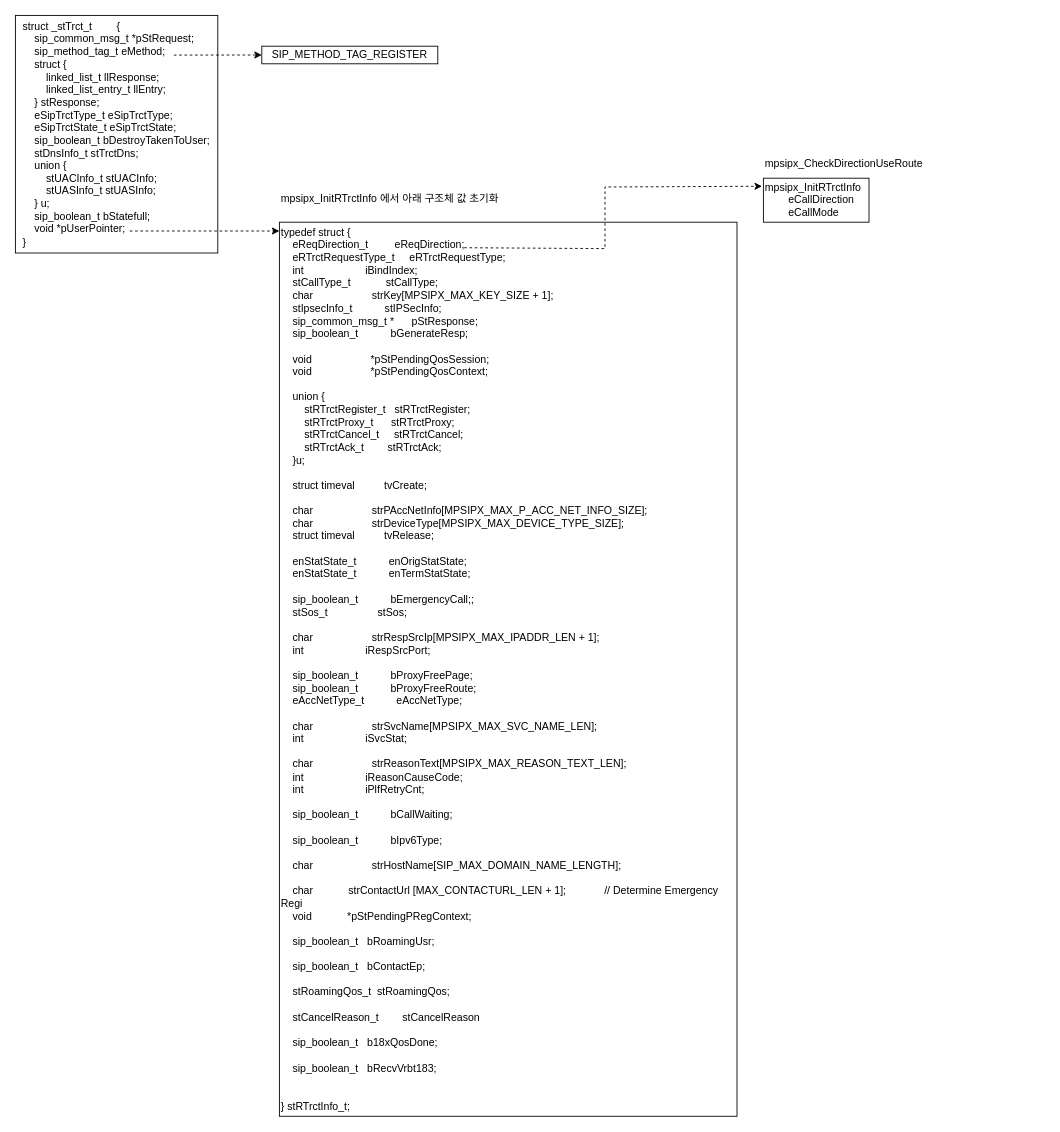
JaeHyeon774/NEWTIL keeps this draw.io diagram as 구조체 정리.drawio. Above is the earlier version. Source tidied: cells renumbered, new cells numbered last; positions are measured from the earlier drawing's top-left corner, leaving out a move shared by most shapes. Both pictures are drawn from the tidied source at 88%, with x=0, y=0 at pixel (15, 15).
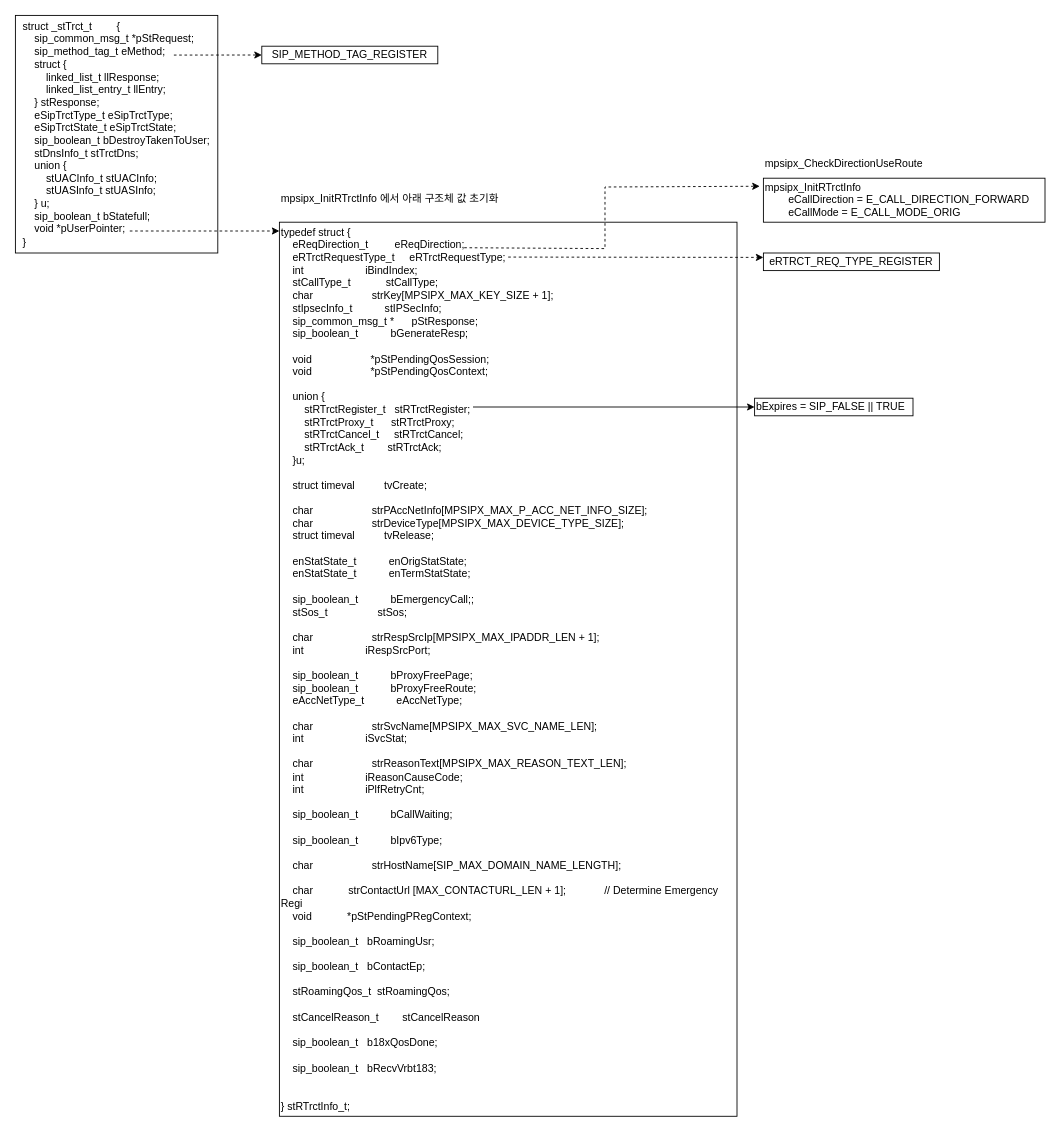
Above is the later version.

Commit message (it also covers changes not shown here):
구조체 정리.drawio 업데이트

Diff of the diagram source:
```diff
@@
 <mxGraphModel>
   <root>
     <mxCell id="0" />
     <mxCell id="1" parent="0" />
     <mxCell id="2" value="&lt;div style=&quot;text-align: left;&quot;&gt;struct _stTrct_t&lt;span style=&quot;white-space: pre;&quot;&gt;&#9;&lt;/span&gt;{&lt;/div&gt;&lt;div style=&quot;text-align: left;&quot;&gt;&amp;nbsp; &amp;nbsp; sip_common_msg_t *pStRequest;&lt;/div&gt;&lt;div style=&quot;text-align: left;&quot;&gt;&amp;nbsp; &amp;nbsp; sip_method_tag_t eMethod;&lt;/div&gt;&lt;div style=&quot;text-align: left;&quot;&gt;&amp;nbsp; &amp;nbsp; struct {&lt;/div&gt;&lt;div style=&quot;text-align: left;&quot;&gt;&amp;nbsp; &amp;nbsp; &amp;nbsp; &amp;nbsp;&lt;span style=&quot;white-space: pre;&quot;&gt;&#9;&lt;/span&gt;linked_list_t llResponse;&lt;/div&gt;&lt;div style=&quot;text-align: left;&quot;&gt;&amp;nbsp; &amp;nbsp; &amp;nbsp; &amp;nbsp;&lt;span style=&quot;white-space: pre;&quot;&gt;&#9;&lt;/span&gt;linked_list_entry_t llEntry;&lt;/div&gt;&lt;div style=&quot;text-align: left;&quot;&gt;&amp;nbsp; &amp;nbsp; } stResponse;&lt;/div&gt;&lt;div style=&quot;text-align: left;&quot;&gt;&amp;nbsp; &amp;nbsp; eSipTrctType_t eSipTrctType;&lt;/div&gt;&lt;div style=&quot;text-align: left;&quot;&gt;&amp;nbsp; &amp;nbsp; eSipTrctState_t eSipTrctState;&lt;/div&gt;&lt;div style=&quot;text-align: left;&quot;&gt;&amp;nbsp; &amp;nbsp; sip_boolean_t bDestroyTakenToUser;&lt;/div&gt;&lt;div style=&quot;text-align: left;&quot;&gt;&amp;nbsp; &amp;nbsp; stDnsInfo_t stTrctDns;&lt;/div&gt;&lt;div style=&quot;text-align: left;&quot;&gt;&amp;nbsp; &amp;nbsp; union {&lt;/div&gt;&lt;div style=&quot;text-align: left;&quot;&gt;&amp;nbsp; &amp;nbsp; &amp;nbsp; &amp;nbsp;&lt;span style=&quot;white-space: pre;&quot;&gt;&#9;&lt;/span&gt;stUACInfo_t stUACInfo;&lt;/div&gt;&lt;div style=&quot;text-align: left;&quot;&gt;&amp;nbsp; &amp;nbsp; &amp;nbsp; &amp;nbsp;&lt;span style=&quot;white-space: pre;&quot;&gt;&#9;&lt;/span&gt;stUASInfo_t stUASInfo;&lt;/div&gt;&lt;div style=&quot;text-align: left;&quot;&gt;&amp;nbsp; &amp;nbsp; } u;&lt;/div&gt;&lt;div style=&quot;text-align: left;&quot;&gt;&amp;nbsp; &amp;nbsp; sip_boolean_t bStatefull;&lt;/div&gt;&lt;div style=&quot;text-align: left;&quot;&gt;&amp;nbsp; &amp;nbsp; void *pUserPointer;&lt;/div&gt;&lt;div style=&quot;text-align: left;&quot;&gt;}&lt;/div&gt;" style="rounded=0;whiteSpace=wrap;html=1;" parent="1" vertex="1">
       <mxGeometry width="230" height="270" as="geometry" />
     </mxCell>
     <mxCell id="3" value="&lt;span style=&quot;&quot;&gt;typedef struct {&lt;/span&gt;&lt;br style=&quot;padding: 0px; margin: 0px;&quot;&gt;&lt;span style=&quot;&quot;&gt;&amp;nbsp; &amp;nbsp; eReqDirection_t&amp;nbsp; &amp;nbsp; &amp;nbsp; &amp;nbsp; &amp;nbsp;eReqDirection;&lt;/span&gt;&lt;br style=&quot;padding: 0px; margin: 0px;&quot;&gt;&lt;span style=&quot;&quot;&gt;&amp;nbsp; &amp;nbsp; eRTrctRequestType_t&amp;nbsp; &amp;nbsp; &amp;nbsp;eRTrctRequestType;&lt;/span&gt;&lt;br style=&quot;padding: 0px; margin: 0px;&quot;&gt;&lt;span style=&quot;&quot;&gt;&amp;nbsp; &amp;nbsp; int&amp;nbsp; &amp;nbsp; &amp;nbsp; &amp;nbsp; &amp;nbsp; &amp;nbsp; &amp;nbsp; &amp;nbsp; &amp;nbsp; &amp;nbsp; &amp;nbsp;iBindIndex;&lt;/span&gt;&lt;br style=&quot;padding: 0px; margin: 0px;&quot;&gt;&lt;span style=&quot;&quot;&gt;&amp;nbsp; &amp;nbsp; stCallType_t&amp;nbsp; &amp;nbsp; &amp;nbsp; &amp;nbsp; &amp;nbsp; &amp;nbsp; stCallType;&lt;/span&gt;&lt;br style=&quot;padding: 0px; margin: 0px;&quot;&gt;&lt;span style=&quot;&quot;&gt;&amp;nbsp; &amp;nbsp; char&amp;nbsp; &amp;nbsp; &amp;nbsp; &amp;nbsp; &amp;nbsp; &amp;nbsp; &amp;nbsp; &amp;nbsp; &amp;nbsp; &amp;nbsp; strKey[MPSIPX_MAX_KEY_SIZE + 1];&lt;/span&gt;&lt;br style=&quot;padding: 0px; margin: 0px;&quot;&gt;&lt;span style=&quot;&quot;&gt;&amp;nbsp; &amp;nbsp; stIpsecInfo_t&amp;nbsp; &amp;nbsp; &amp;nbsp; &amp;nbsp; &amp;nbsp; &amp;nbsp;stIPSecInfo;&lt;/span&gt;&lt;br style=&quot;padding: 0px; margin: 0px;&quot;&gt;&lt;span style=&quot;&quot;&gt;&amp;nbsp; &amp;nbsp; sip_common_msg_t *&amp;nbsp; &amp;nbsp; &amp;nbsp; pStResponse;&lt;/span&gt;&lt;br style=&quot;padding: 0px; margin: 0px;&quot;&gt;&lt;span style=&quot;&quot;&gt;&amp;nbsp; &amp;nbsp; sip_boolean_t&amp;nbsp; &amp;nbsp; &amp;nbsp; &amp;nbsp; &amp;nbsp; &amp;nbsp;bGenerateResp;&lt;/span&gt;&lt;br style=&quot;padding: 0px; margin: 0px;&quot;&gt;&lt;br style=&quot;padding: 0px; margin: 0px;&quot;&gt;&lt;span style=&quot;&quot;&gt;&amp;nbsp; &amp;nbsp; void&amp;nbsp; &amp;nbsp; &amp;nbsp; &amp;nbsp; &amp;nbsp; &amp;nbsp; &amp;nbsp; &amp;nbsp; &amp;nbsp; &amp;nbsp; *pStPendingQosSession;&lt;/span&gt;&lt;br style=&quot;padding: 0px; margin: 0px;&quot;&gt;&lt;span style=&quot;&quot;&gt;&amp;nbsp; &amp;nbsp; void&amp;nbsp; &amp;nbsp; &amp;nbsp; &amp;nbsp; &amp;nbsp; &amp;nbsp; &amp;nbsp; &amp;nbsp; &amp;nbsp; &amp;nbsp; *pStPendingQosContext;&lt;/span&gt;&lt;br style=&quot;padding: 0px; margin: 0px;&quot;&gt;&lt;br style=&quot;padding: 0px; margin: 0px;&quot;&gt;&lt;span style=&quot;&quot;&gt;&amp;nbsp; &amp;nbsp; union {&lt;/span&gt;&lt;br style=&quot;padding: 0px; margin: 0px;&quot;&gt;&lt;span style=&quot;&quot;&gt;&amp;nbsp; &amp;nbsp; &amp;nbsp; &amp;nbsp; stRTrctRegister_t&amp;nbsp; &amp;nbsp;stRTrctRegister;&lt;/span&gt;&lt;br style=&quot;padding: 0px; margin: 0px;&quot;&gt;&lt;span style=&quot;&quot;&gt;&amp;nbsp; &amp;nbsp; &amp;nbsp; &amp;nbsp; stRTrctProxy_t&amp;nbsp; &amp;nbsp; &amp;nbsp; stRTrctProxy;&lt;/span&gt;&lt;br style=&quot;padding: 0px; margin: 0px;&quot;&gt;&lt;span style=&quot;&quot;&gt;&amp;nbsp; &amp;nbsp; &amp;nbsp; &amp;nbsp; stRTrctCancel_t&amp;nbsp; &amp;nbsp; &amp;nbsp;stRTrctCancel;&lt;/span&gt;&lt;br style=&quot;padding: 0px; margin: 0px;&quot;&gt;&lt;span style=&quot;&quot;&gt;&amp;nbsp; &amp;nbsp; &amp;nbsp; &amp;nbsp; stRTrctAck_t&amp;nbsp; &amp;nbsp; &amp;nbsp; &amp;nbsp; stRTrctAck;&lt;/span&gt;&lt;br style=&quot;padding: 0px; margin: 0px;&quot;&gt;&lt;span style=&quot;&quot;&gt;&amp;nbsp; &amp;nbsp; }u;&lt;/span&gt;&lt;br style=&quot;padding: 0px; margin: 0px;&quot;&gt;&lt;br style=&quot;padding: 0px; margin: 0px;&quot;&gt;&lt;span style=&quot;&quot;&gt;&amp;nbsp; &amp;nbsp; struct timeval&amp;nbsp; &amp;nbsp; &amp;nbsp; &amp;nbsp; &amp;nbsp; tvCreate;&lt;/span&gt;&lt;br style=&quot;padding: 0px; margin: 0px;&quot;&gt;&lt;br style=&quot;padding: 0px; margin: 0px;&quot;&gt;&lt;span style=&quot;&quot;&gt;&amp;nbsp; &amp;nbsp; char&amp;nbsp; &amp;nbsp; &amp;nbsp; &amp;nbsp; &amp;nbsp; &amp;nbsp; &amp;nbsp; &amp;nbsp; &amp;nbsp; &amp;nbsp; strPAccNetInfo[MPSIPX_MAX_P_ACC_NET_INFO_SIZE];&lt;/span&gt;&lt;br style=&quot;padding: 0px; margin: 0px;&quot;&gt;&lt;span style=&quot;&quot;&gt;&amp;nbsp; &amp;nbsp; char&amp;nbsp; &amp;nbsp; &amp;nbsp; &amp;nbsp; &amp;nbsp; &amp;nbsp; &amp;nbsp; &amp;nbsp; &amp;nbsp; &amp;nbsp; strDeviceType[MPSIPX_MAX_DEVICE_TYPE_SIZE];&lt;/span&gt;&lt;br style=&quot;padding: 0px; margin: 0px;&quot;&gt;&lt;span style=&quot;&quot;&gt;&amp;nbsp; &amp;nbsp; struct timeval&amp;nbsp; &amp;nbsp; &amp;nbsp; &amp;nbsp; &amp;nbsp; tvRelease;&lt;/span&gt;&lt;br style=&quot;padding: 0px; margin: 0px;&quot;&gt;&lt;br style=&quot;padding: 0px; margin: 0px;&quot;&gt;&lt;span style=&quot;&quot;&gt;&amp;nbsp; &amp;nbsp; enStatState_t&amp;nbsp; &amp;nbsp; &amp;nbsp; &amp;nbsp; &amp;nbsp; &amp;nbsp;enOrigStatState;&lt;/span&gt;&lt;br style=&quot;padding: 0px; margin: 0px;&quot;&gt;&lt;span style=&quot;&quot;&gt;&amp;nbsp; &amp;nbsp; enStatState_t&amp;nbsp; &amp;nbsp; &amp;nbsp; &amp;nbsp; &amp;nbsp; &amp;nbsp;enTermStatState;&lt;/span&gt;&lt;br style=&quot;padding: 0px; margin: 0px;&quot;&gt;&lt;br style=&quot;padding: 0px; margin: 0px;&quot;&gt;&lt;span style=&quot;&quot;&gt;&amp;nbsp; &amp;nbsp; sip_boolean_t&amp;nbsp; &amp;nbsp; &amp;nbsp; &amp;nbsp; &amp;nbsp; &amp;nbsp;bEmergencyCall;;&lt;/span&gt;&lt;br style=&quot;padding: 0px; margin: 0px;&quot;&gt;&lt;span style=&quot;&quot;&gt;&amp;nbsp; &amp;nbsp; stSos_t&amp;nbsp; &amp;nbsp; &amp;nbsp; &amp;nbsp; &amp;nbsp; &amp;nbsp; &amp;nbsp; &amp;nbsp; &amp;nbsp;stSos;&lt;/span&gt;&lt;br style=&quot;padding: 0px; margin: 0px;&quot;&gt;&lt;span style=&quot;&quot;&gt;&amp;nbsp; &amp;nbsp;&amp;nbsp;&lt;/span&gt;&lt;br style=&quot;padding: 0px; margin: 0px;&quot;&gt;&lt;span style=&quot;&quot;&gt;&amp;nbsp; &amp;nbsp; char&amp;nbsp; &amp;nbsp; &amp;nbsp; &amp;nbsp; &amp;nbsp; &amp;nbsp; &amp;nbsp; &amp;nbsp; &amp;nbsp; &amp;nbsp; strRespSrcIp[MPSIPX_MAX_IPADDR_LEN + 1];&lt;/span&gt;&lt;br style=&quot;padding: 0px; margin: 0px;&quot;&gt;&lt;span style=&quot;&quot;&gt;&amp;nbsp; &amp;nbsp; int&amp;nbsp; &amp;nbsp; &amp;nbsp; &amp;nbsp; &amp;nbsp; &amp;nbsp; &amp;nbsp; &amp;nbsp; &amp;nbsp; &amp;nbsp; &amp;nbsp;iRespSrcPort;&amp;nbsp; &amp;nbsp; &amp;nbsp;&lt;/span&gt;&lt;br style=&quot;padding: 0px; margin: 0px;&quot;&gt;&lt;br style=&quot;padding: 0px; margin: 0px;&quot;&gt;&lt;span style=&quot;&quot;&gt;&amp;nbsp; &amp;nbsp; sip_boolean_t&amp;nbsp; &amp;nbsp; &amp;nbsp; &amp;nbsp; &amp;nbsp; &amp;nbsp;bProxyFreePage;&lt;/span&gt;&lt;br style=&quot;padding: 0px; margin: 0px;&quot;&gt;&lt;span style=&quot;&quot;&gt;&amp;nbsp; &amp;nbsp; sip_boolean_t&amp;nbsp; &amp;nbsp; &amp;nbsp; &amp;nbsp; &amp;nbsp; &amp;nbsp;bProxyFreeRoute;&lt;/span&gt;&lt;br style=&quot;padding: 0px; margin: 0px;&quot;&gt;&lt;span style=&quot;&quot;&gt;&amp;nbsp; &amp;nbsp; eAccNetType_t&amp;nbsp; &amp;nbsp; &amp;nbsp; &amp;nbsp; &amp;nbsp; &amp;nbsp;eAccNetType;&lt;/span&gt;&lt;br style=&quot;padding: 0px; margin: 0px;&quot;&gt;&lt;br style=&quot;padding: 0px; margin: 0px;&quot;&gt;&lt;span style=&quot;&quot;&gt;&amp;nbsp; &amp;nbsp; char&amp;nbsp; &amp;nbsp; &amp;nbsp; &amp;nbsp; &amp;nbsp; &amp;nbsp; &amp;nbsp; &amp;nbsp; &amp;nbsp; &amp;nbsp; strSvcName[MPSIPX_MAX_SVC_NAME_LEN];&lt;/span&gt;&lt;br style=&quot;padding: 0px; margin: 0px;&quot;&gt;&lt;span style=&quot;&quot;&gt;&amp;nbsp; &amp;nbsp; int&amp;nbsp; &amp;nbsp; &amp;nbsp; &amp;nbsp; &amp;nbsp; &amp;nbsp; &amp;nbsp; &amp;nbsp; &amp;nbsp; &amp;nbsp; &amp;nbsp;iSvcStat;&lt;/span&gt;&lt;br style=&quot;padding: 0px; margin: 0px;&quot;&gt;&lt;br style=&quot;padding: 0px; margin: 0px;&quot;&gt;&lt;span style=&quot;&quot;&gt;&amp;nbsp; &amp;nbsp; char&amp;nbsp; &amp;nbsp; &amp;nbsp; &amp;nbsp; &amp;nbsp; &amp;nbsp; &amp;nbsp; &amp;nbsp; &amp;nbsp; &amp;nbsp; strReasonText[MPSIPX_MAX_REASON_TEXT_LEN];&lt;/span&gt;&lt;br style=&quot;padding: 0px; margin: 0px;&quot;&gt;&lt;span style=&quot;&quot;&gt;&amp;nbsp; &amp;nbsp; int&amp;nbsp; &amp;nbsp; &amp;nbsp; &amp;nbsp; &amp;nbsp; &amp;nbsp; &amp;nbsp; &amp;nbsp; &amp;nbsp; &amp;nbsp; &amp;nbsp;iReasonCauseCode;&lt;/span&gt;&lt;br style=&quot;padding: 0px; margin: 0px;&quot;&gt;&lt;span style=&quot;&quot;&gt;&amp;nbsp; &amp;nbsp; int&amp;nbsp; &amp;nbsp; &amp;nbsp; &amp;nbsp; &amp;nbsp; &amp;nbsp; &amp;nbsp; &amp;nbsp; &amp;nbsp; &amp;nbsp; &amp;nbsp;iPlfRetryCnt;&lt;/span&gt;&lt;br style=&quot;padding: 0px; margin: 0px;&quot;&gt;&lt;br style=&quot;padding: 0px; margin: 0px;&quot;&gt;&lt;span style=&quot;&quot;&gt;&amp;nbsp; &amp;nbsp; sip_boolean_t&amp;nbsp; &amp;nbsp; &amp;nbsp; &amp;nbsp; &amp;nbsp; &amp;nbsp;bCallWaiting;&lt;/span&gt;&lt;br style=&quot;padding: 0px; margin: 0px;&quot;&gt;&lt;br style=&quot;padding: 0px; margin: 0px;&quot;&gt;&lt;span style=&quot;&quot;&gt;&amp;nbsp; &amp;nbsp; sip_boolean_t&amp;nbsp; &amp;nbsp; &amp;nbsp; &amp;nbsp; &amp;nbsp; &amp;nbsp;bIpv6Type;&lt;/span&gt;&lt;br style=&quot;padding: 0px; margin: 0px;&quot;&gt;&lt;br style=&quot;padding: 0px; margin: 0px;&quot;&gt;&lt;span style=&quot;&quot;&gt;&amp;nbsp; &amp;nbsp; char&amp;nbsp; &amp;nbsp; &amp;nbsp; &amp;nbsp; &amp;nbsp; &amp;nbsp; &amp;nbsp; &amp;nbsp; &amp;nbsp; &amp;nbsp; strHostName[SIP_MAX_DOMAIN_NAME_LENGTH];&lt;/span&gt;&lt;br style=&quot;padding: 0px; margin: 0px;&quot;&gt;&lt;br style=&quot;padding: 0px; margin: 0px;&quot;&gt;&lt;span style=&quot;&quot;&gt;&amp;nbsp; &amp;nbsp; char&amp;nbsp; &amp;nbsp; &amp;nbsp; &amp;nbsp; &amp;nbsp; &amp;nbsp; strContactUrl [MAX_CONTACTURL_LEN + 1];&amp;nbsp; &amp;nbsp; &amp;nbsp; &amp;nbsp; &amp;nbsp; &amp;nbsp; &amp;nbsp;// Determine Emergency Regi&amp;nbsp;&lt;/span&gt;&lt;br style=&quot;padding: 0px; margin: 0px;&quot;&gt;&lt;span style=&quot;&quot;&gt;&amp;nbsp; &amp;nbsp; void&amp;nbsp; &amp;nbsp; &amp;nbsp; &amp;nbsp; &amp;nbsp; &amp;nbsp; *pStPendingPRegContext;&lt;/span&gt;&lt;br style=&quot;padding: 0px; margin: 0px;&quot;&gt;&lt;br style=&quot;padding: 0px; margin: 0px;&quot;&gt;&lt;span style=&quot;&quot;&gt;&amp;nbsp; &amp;nbsp; sip_boolean_t&amp;nbsp; &amp;nbsp;bRoamingUsr;&lt;/span&gt;&lt;br style=&quot;padding: 0px; margin: 0px;&quot;&gt;&lt;br style=&quot;padding: 0px; margin: 0px;&quot;&gt;&lt;span style=&quot;&quot;&gt;&amp;nbsp; &amp;nbsp; sip_boolean_t&amp;nbsp; &amp;nbsp;bContactEp;&lt;/span&gt;&lt;br style=&quot;padding: 0px; margin: 0px;&quot;&gt;&lt;br style=&quot;padding: 0px; margin: 0px;&quot;&gt;&lt;span style=&quot;&quot;&gt;&amp;nbsp; &amp;nbsp; stRoamingQos_t&amp;nbsp; stRoamingQos;&lt;/span&gt;&lt;br style=&quot;padding: 0px; margin: 0px;&quot;&gt;&lt;br style=&quot;padding: 0px; margin: 0px;&quot;&gt;&lt;span style=&quot;&quot;&gt;&amp;nbsp; &amp;nbsp; stCancelReason_t&amp;nbsp; &amp;nbsp; &amp;nbsp; &amp;nbsp; stCancelReason&lt;/span&gt;&lt;br style=&quot;padding: 0px; margin: 0px;&quot;&gt;&lt;br style=&quot;padding: 0px; margin: 0px;&quot;&gt;&lt;span style=&quot;&quot;&gt;&amp;nbsp; &amp;nbsp; sip_boolean_t&amp;nbsp; &amp;nbsp;b18xQosDone;&lt;/span&gt;&lt;br style=&quot;padding: 0px; margin: 0px;&quot;&gt;&lt;br style=&quot;padding: 0px; margin: 0px;&quot;&gt;&lt;span style=&quot;&quot;&gt;&amp;nbsp; &amp;nbsp; sip_boolean_t&amp;nbsp; &amp;nbsp;bRecvVrbt183;&lt;/span&gt;&lt;br style=&quot;padding: 0px; margin: 0px;&quot;&gt;&lt;br style=&quot;padding: 0px; margin: 0px;&quot;&gt;&lt;br style=&quot;padding: 0px; margin: 0px;&quot;&gt;&lt;span style=&quot;&quot;&gt;} stRTrctInfo_t;&lt;/span&gt;" style="rounded=0;whiteSpace=wrap;html=1;align=left;" parent="1" vertex="1">
       <mxGeometry x="300" y="235" width="520" height="1016" as="geometry" />
     </mxCell>
     <mxCell id="4" style="endArrow=classic;html=1;rounded=0;dashed=1;" parent="1" edge="1">
       <mxGeometry relative="1" as="geometry">
         <mxPoint x="130" y="245" as="sourcePoint" />
         <mxPoint x="300" y="245" as="targetPoint" />
       </mxGeometry>
     </mxCell>
     <mxCell id="5" value="mpsipx_InitRTrctInfo 에서 아래 구조체 값 초기화" style="text;whiteSpace=wrap;" parent="1" vertex="1">
       <mxGeometry x="300" y="195" width="280" height="30" as="geometry" />
     </mxCell>
-    <mxCell id="6" value="mpsipx_InitRTrctInfo&lt;div&gt;&lt;span style=&quot;white-space: pre;&quot;&gt;&#9;&lt;/span&gt;&lt;span style=&quot;background-color: initial;&quot;&gt;eCallDirection&lt;/span&gt;&lt;br&gt;&lt;/div&gt;&lt;div&gt;&lt;span style=&quot;background-color: initial;&quot;&gt;&lt;span style=&quot;white-space: pre;&quot;&gt;&#9;&lt;/span&gt;&lt;/span&gt;&lt;span style=&quot;background-color: initial;&quot;&gt;eCallMode&lt;/span&gt;&lt;/div&gt;" style="rounded=0;whiteSpace=wrap;html=1;align=left;" parent="1" vertex="1">
-      <mxGeometry x="850" y="185" width="120" height="50" as="geometry" />
+    <mxCell id="6" value="mpsipx_InitRTrctInfo&lt;div&gt;&lt;span style=&quot;white-space: pre;&quot;&gt;&#9;&lt;/span&gt;&lt;span style=&quot;background-color: initial;&quot;&gt;eCallDirection =&amp;nbsp;&lt;/span&gt;&lt;span style=&quot;background-color: initial;&quot;&gt;E_CALL_DIRECTION_FORWARD&lt;/span&gt;&lt;br&gt;&lt;/div&gt;&lt;div&gt;&lt;span style=&quot;background-color: initial;&quot;&gt;&lt;span style=&quot;white-space: pre;&quot;&gt;&#9;&lt;/span&gt;&lt;/span&gt;&lt;span style=&quot;background-color: initial;&quot;&gt;eCallMode =&amp;nbsp;&lt;/span&gt;&lt;span style=&quot;background-color: initial;&quot;&gt;E_CALL_MODE_ORIG&lt;/span&gt;&lt;/div&gt;" style="rounded=0;whiteSpace=wrap;html=1;align=left;" parent="1" vertex="1">
+      <mxGeometry x="850" y="185" width="320" height="50" as="geometry" />
     </mxCell>
     <mxCell id="7" style="endArrow=classic;html=1;rounded=0;entryX=-0.013;entryY=0.183;entryDx=0;entryDy=0;entryPerimeter=0;dashed=1;" parent="1" edge="1" target="6">
       <mxGeometry relative="1" as="geometry">
         <mxPoint x="510" y="264" as="sourcePoint" />
         <Array as="points">
           <mxPoint x="670" y="265" />
           <mxPoint x="670" y="195" />
         </Array>
       </mxGeometry>
     </mxCell>
     <mxCell id="8" value="mpsipx_CheckDirectionUseRoute" style="text;whiteSpace=wrap;" parent="1" vertex="1">
       <mxGeometry x="850" y="155" width="210" height="20" as="geometry" />
     </mxCell>
     <mxCell id="9" style="endArrow=classic;html=1;rounded=0;exitX=0.783;exitY=0.167;exitDx=0;exitDy=0;exitPerimeter=0;dashed=1;" parent="1" edge="1" source="2">
       <mxGeometry relative="1" as="geometry">
         <mxPoint x="280" y="45" as="targetPoint" />
       </mxGeometry>
     </mxCell>
     <mxCell id="10" value="SIP_METHOD_TAG_REGISTER" style="rounded=0;whiteSpace=wrap;html=1;" parent="1" vertex="1">
       <mxGeometry x="280" y="35" width="200" height="20" as="geometry" />
     </mxCell>
+    <mxCell id="11" value="eRTRCT_REQ_TYPE_REGISTER" style="rounded=0;whiteSpace=wrap;html=1;" parent="1" vertex="1">
+      <mxGeometry x="850" y="270" width="200" height="20" as="geometry" />
+    </mxCell>
+    <mxCell id="12" style="endArrow=classic;html=1;rounded=0;exitX=0.5;exitY=0.039;exitDx=0;exitDy=0;exitPerimeter=0;entryX=0;entryY=0.25;entryDx=0;entryDy=0;dashed=1;" parent="1" edge="1" source="3" target="11">
+      <mxGeometry relative="1" as="geometry" />
+    </mxCell>
+    <mxCell id="13" style="endArrow=classic;html=1;rounded=0;" parent="1" edge="1" target="14">
+      <mxGeometry relative="1" as="geometry">
+        <mxPoint x="520" y="445" as="sourcePoint" />
+      </mxGeometry>
+    </mxCell>
+    <mxCell id="14" value="bExpires = SIP_FALSE || TRUE" style="rounded=0;whiteSpace=wrap;html=1;align=left;" parent="1" vertex="1">
+      <mxGeometry x="840" y="435" width="180" height="20" as="geometry" />
+    </mxCell>
   </root>
 </mxGraphModel>
```
